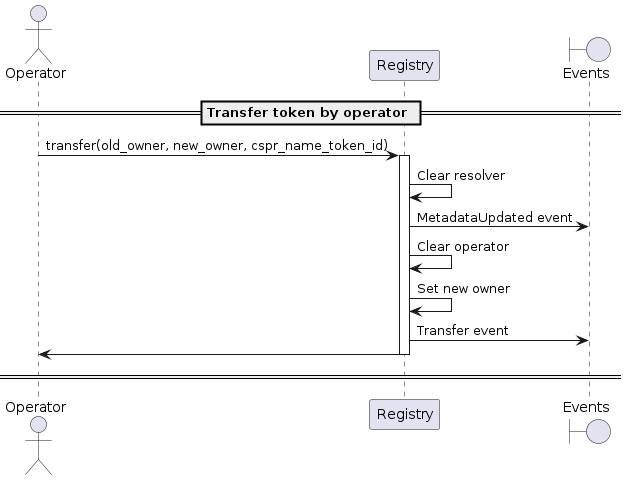
Earlier version of the PlantUML export docs/sequence-diagrams/puml/transfer-from-domain.png (make-software/cspr-name-contracts). Its diagram source:
```plantuml
@startuml

actor Operator
participant "Registry"
boundary "Events"

== Transfer token by operator ==

Operator -> Registry: transfer(old_owner, new_owner, cspr_name_token_id)
activate Registry
Registry -> Registry: Clear resolver
Registry -> "Events": MetadataUpdated event
Registry -> Registry: Clear operator
Registry -> Registry : Set new owner
Registry -> "Events": Transfer event
Registry -> Operator
deactivate Registry

== ==

@enduml
```
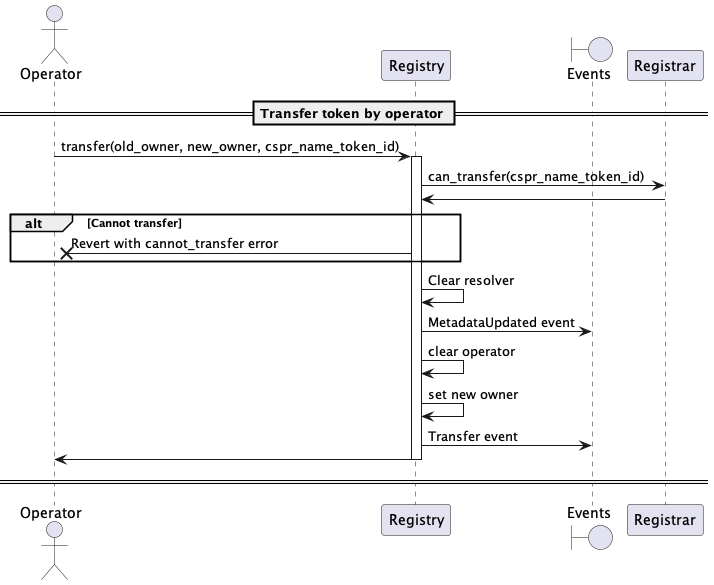
After the commit.

Diff of the diagram source:
```diff
@@ -8,10 +8,15 @@
 
 Operator -> Registry: transfer(old_owner, new_owner, cspr_name_token_id)
 activate Registry
+Registry -> Registrar: can_transfer(cspr_name_token_id)
+Registrar -> Registry
+alt Cannot transfer
+    Registry ->X Operator: Revert with cannot_transfer error
+end
 Registry -> Registry: Clear resolver
 Registry -> "Events": MetadataUpdated event
-Registry -> Registry: Clear operator
-Registry -> Registry : Set new owner
+Registry -> Registry: clear operator
+Registry -> Registry : set new owner
 Registry -> "Events": Transfer event
 Registry -> Operator
 deactivate Registry
```
